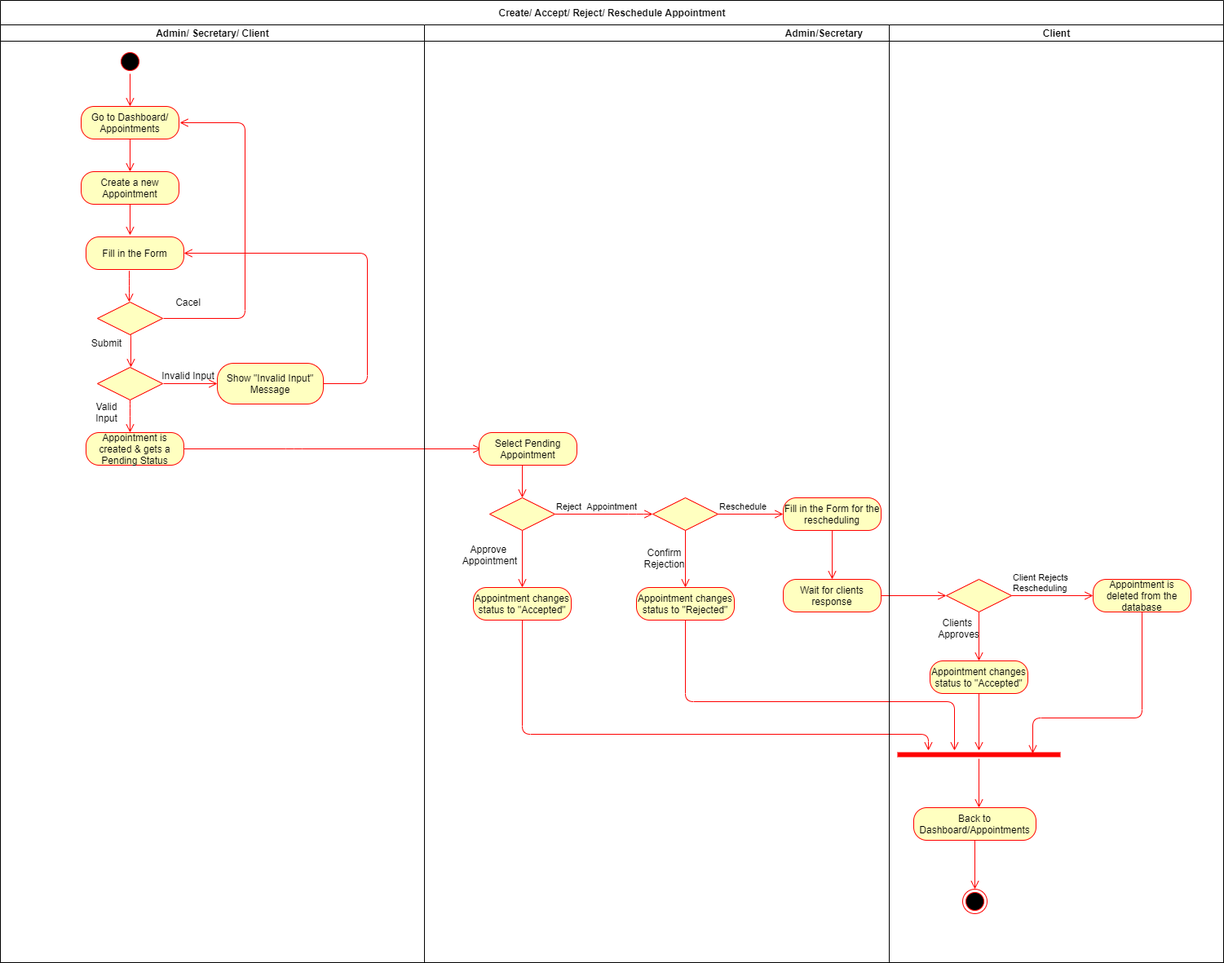
Before: Diagrams/AC Swimlane Diagrams/SL_04-05-06-07-08_Create Accept Reschedule Reject Appointment.png, a diagram exported from draw.io (kkasharaj17/SE-project). Source tidied: cells renumbered, new cells last; positions are measured from the earlier drawing's top-left corner, leaving out a move shared by most shapes.
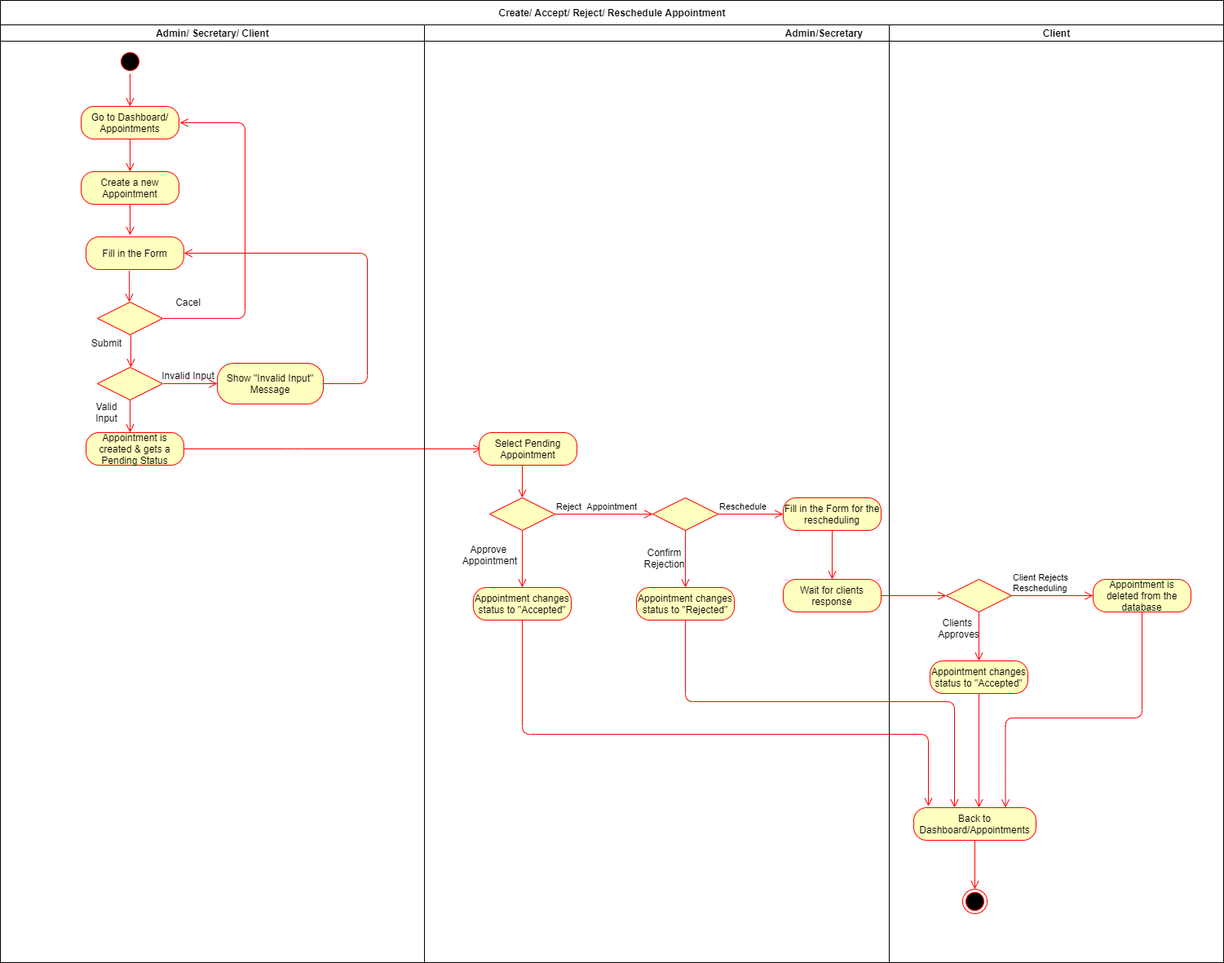
After the commit.

What changed in the source:
```diff
@@ -108,9 +108,8 @@
     <mxCell id="26" value="Approve &lt;br&gt;Appointment" style="text;html=1;align=center;verticalAlign=middle;" parent="23" vertex="1">
       <mxGeometry x="40" y="635" width="80" height="30" as="geometry" />
     </mxCell>
-    <mxCell id="27" style="edgeStyle=orthogonalEdgeStyle;html=1;verticalAlign=bottom;endArrow=open;endSize=8;strokeColor=#ff0000;" parent="23" edge="1" source="28">
+    <mxCell id="27" style="edgeStyle=orthogonalEdgeStyle;html=1;verticalAlign=bottom;endArrow=open;endSize=8;strokeColor=#ff0000;entryX=0.12;entryY=-0.042;entryDx=0;entryDy=0;entryPerimeter=0;" parent="23" edge="1" source="28" target="43">
       <mxGeometry relative="1" as="geometry">
-        <mxPoint x="618" y="890" as="targetPoint" />
         <Array as="points">
           <mxPoint x="120" y="870" />
           <mxPoint x="618" y="870" />
@@ -134,7 +133,7 @@
         </Array>
       </mxGeometry>
     </mxCell>
-    <mxCell id="32" style="edgeStyle=orthogonalEdgeStyle;html=1;verticalAlign=bottom;endArrow=open;endSize=8;strokeColor=#ff0000;" parent="23" edge="1" source="34" target="44">
+    <mxCell id="32" style="edgeStyle=orthogonalEdgeStyle;html=1;verticalAlign=bottom;endArrow=open;endSize=8;strokeColor=#ff0000;" parent="23" edge="1" source="34" target="43">
       <mxGeometry relative="1" as="geometry">
         <Array as="points">
           <mxPoint x="320" y="830" />
@@ -142,11 +141,6 @@
         </Array>
       </mxGeometry>
     </mxCell>
-    <mxCell id="33" style="edgeStyle=orthogonalEdgeStyle;html=1;verticalAlign=bottom;endArrow=open;endSize=8;strokeColor=#ff0000;" parent="23" edge="1" source="44">
-      <mxGeometry relative="1" as="geometry">
-        <mxPoint x="680" y="960" as="targetPoint" />
-      </mxGeometry>
-    </mxCell>
     <mxCell id="34" value="&lt;span&gt;Appointment changes status to &quot;Rejected&quot;&lt;/span&gt;" style="rounded=1;whiteSpace=wrap;html=1;arcSize=40;fontColor=#000000;fillColor=#ffffc0;strokeColor=#ff0000;" parent="23" vertex="1">
       <mxGeometry x="260" y="690" width="120" height="40" as="geometry" />
     </mxCell>
@@ -183,9 +177,6 @@
     <mxCell id="43" value="Back to Dashboard/Appointments" style="rounded=1;whiteSpace=wrap;html=1;arcSize=40;fontColor=#000000;fillColor=#ffffc0;strokeColor=#ff0000;" parent="40" vertex="1">
       <mxGeometry x="30" y="960" width="150" height="40" as="geometry" />
     </mxCell>
-    <mxCell id="44" style="shape=line;html=1;strokeWidth=6;strokeColor=#ff0000;" parent="40" vertex="1">
-      <mxGeometry x="10" y="890" width="200" height="10" as="geometry" />
-    </mxCell>
     <mxCell id="45" value="Clients &lt;br&gt;Approves&lt;br&gt;" style="text;html=1;align=center;verticalAlign=middle;" parent="40" vertex="1">
       <mxGeometry x="50" y="725" width="70" height="30" as="geometry" />
     </mxCell>
@@ -202,11 +193,11 @@
         <mxPoint x="110" y="780" as="targetPoint" />
       </mxGeometry>
     </mxCell>
-    <mxCell id="49" style="edgeStyle=orthogonalEdgeStyle;html=1;verticalAlign=bottom;endArrow=open;endSize=8;strokeColor=#ff0000;entryX=0.83;entryY=0.367;entryDx=0;entryDy=0;entryPerimeter=0;" parent="40" edge="1" source="52" target="44">
+    <mxCell id="49" style="edgeStyle=orthogonalEdgeStyle;html=1;verticalAlign=bottom;endArrow=open;endSize=8;strokeColor=#ff0000;entryX=0.75;entryY=0;entryDx=0;entryDy=0;" parent="40" edge="1" source="52" target="43">
       <mxGeometry relative="1" as="geometry">
         <Array as="points">
           <mxPoint x="310" y="850" />
-          <mxPoint x="176" y="850" />
+          <mxPoint x="143" y="850" />
         </Array>
       </mxGeometry>
     </mxCell>
@@ -215,7 +206,10 @@
     </mxCell>
     <mxCell id="51" style="edgeStyle=orthogonalEdgeStyle;html=1;verticalAlign=bottom;endArrow=open;endSize=8;strokeColor=#ff0000;" parent="40" edge="1" source="50">
       <mxGeometry relative="1" as="geometry">
-        <mxPoint x="110" y="890" as="targetPoint" />
+        <mxPoint x="110" y="960" as="targetPoint" />
+        <Array as="points">
+          <mxPoint x="110" y="960" />
+        </Array>
       </mxGeometry>
     </mxCell>
     <mxCell id="52" value="Appointment is deleted from the database" style="rounded=1;whiteSpace=wrap;html=1;arcSize=40;fontColor=#000000;fillColor=#ffffc0;strokeColor=#ff0000;" parent="40" vertex="1">
```
